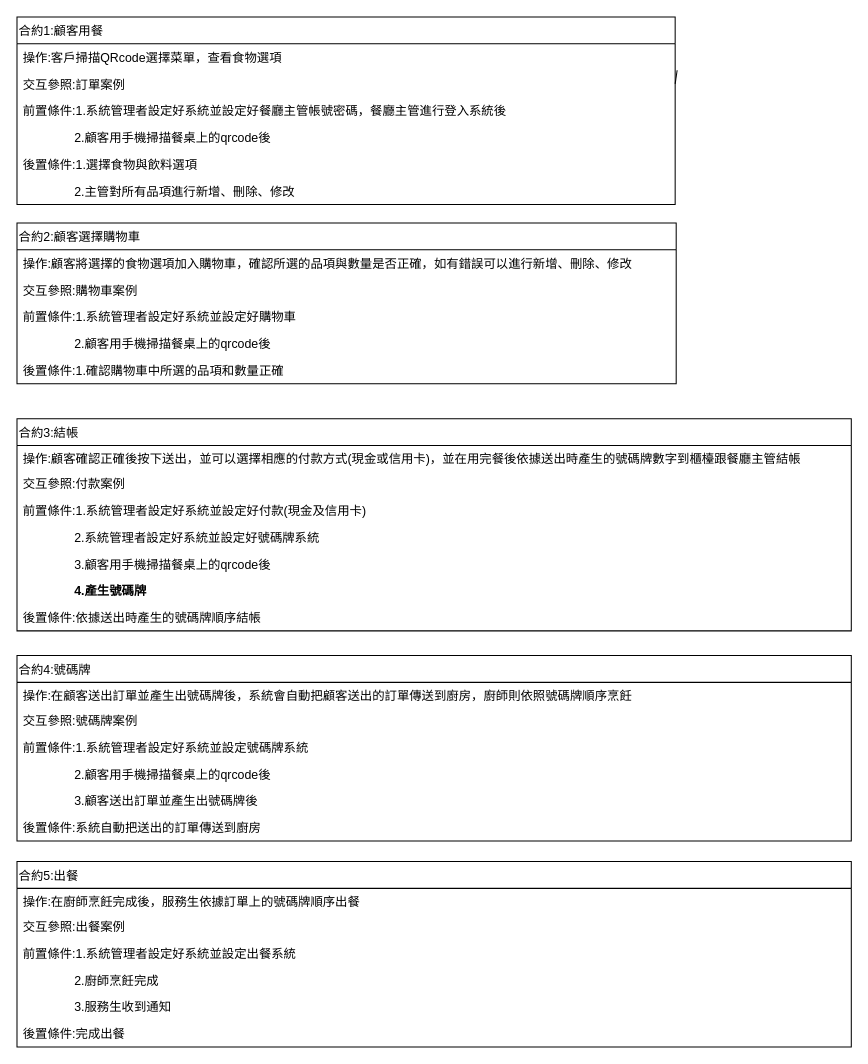
The draw.io diagram page "合約" (4 of 4) of answer.drawio in der0829/111-2End, before the edit. Source tidied: cells renumbered, new cells numbered last; positions are measured from the earlier drawing's top-left corner, leaving out a move shared by most shapes. Both pictures are drawn from the tidied source at 103%, with x=0, y=0 at pixel (16, 16).
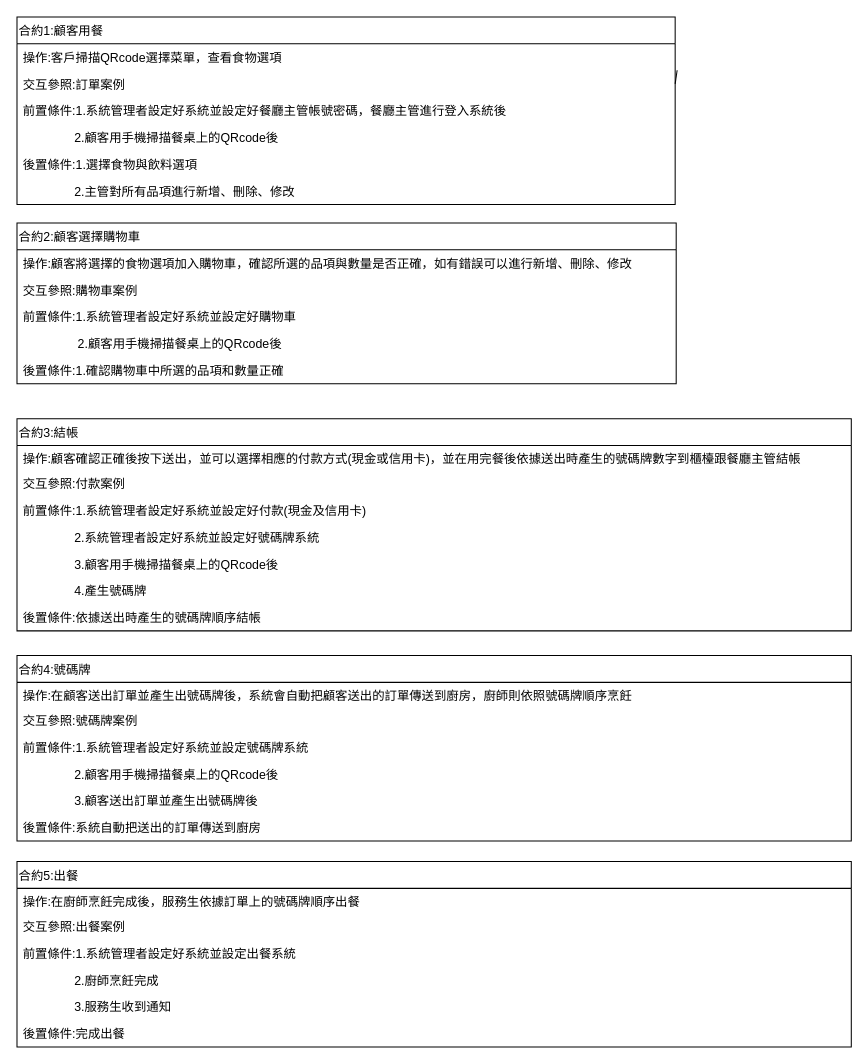
The same diagram, later.

The change refers to these unchanged cells:
```xml
<mxCell id="2" value="合約1:顧客用餐" style="swimlane;fontStyle=0;horizontal=1;startSize=26;fillColor=none;align=left;" parent="1" vertex="1">
  <mxGeometry width="639" height="182" as="geometry" />
</mxCell>
<mxCell id="10" value="合約2:顧客選擇購物車" style="swimlane;fontStyle=0;horizontal=1;startSize=26;fillColor=none;align=left;" parent="1" vertex="1">
  <mxGeometry y="200" width="640" height="156" as="geometry" />
</mxCell>
<mxCell id="16" value="合約3:結帳" style="swimlane;fontStyle=0;horizontal=1;startSize=26;fillColor=none;align=left;" parent="1" vertex="1">
  <mxGeometry y="390" width="810" height="206" as="geometry" />
</mxCell>
<mxCell id="24" value="合約4:號碼牌" style="swimlane;fontStyle=0;horizontal=1;startSize=26;fillColor=none;align=left;" parent="1" vertex="1">
  <mxGeometry y="620" width="810" height="180" as="geometry" />
</mxCell>
```

What changed in the source:
```diff
@@
-    <mxCell id="7" value="               2.顧客用手機掃描餐桌上的qrcode後" style="text;strokeColor=none;fillColor=none;align=left;verticalAlign=top;spacingLeft=4;spacingRight=4;overflow=hidden;" parent="2" vertex="1">
+    <mxCell id="7" value="               2.顧客用手機掃描餐桌上的QRcode後" style="text;strokeColor=none;fillColor=none;align=left;verticalAlign=top;spacingLeft=4;spacingRight=4;overflow=hidden;" parent="2" vertex="1">
       <mxGeometry y="104" width="639" height="26" as="geometry" />
     </mxCell>
@@
-    <mxCell id="14" value="               2.顧客用手機掃描餐桌上的qrcode後" style="text;strokeColor=none;fillColor=none;align=left;verticalAlign=top;spacingLeft=4;spacingRight=4;overflow=hidden;" parent="10" vertex="1">
+    <mxCell id="14" value="                2.顧客用手機掃描餐桌上的QRcode後" style="text;strokeColor=none;fillColor=none;align=left;verticalAlign=top;spacingLeft=4;spacingRight=4;overflow=hidden;" parent="10" vertex="1">
       <mxGeometry y="104" width="640" height="26" as="geometry" />
     </mxCell>
@@
-    <mxCell id="21" value="               3.顧客用手機掃描餐桌上的qrcode後" style="text;strokeColor=none;fillColor=none;align=left;verticalAlign=top;spacingLeft=4;spacingRight=4;overflow=hidden;" parent="16" vertex="1">
+    <mxCell id="21" value="               3.顧客用手機掃描餐桌上的QRcode後" style="text;strokeColor=none;fillColor=none;align=left;verticalAlign=top;spacingLeft=4;spacingRight=4;overflow=hidden;" parent="16" vertex="1">
       <mxGeometry y="128" width="810" height="26" as="geometry" />
     </mxCell>
-    <mxCell id="22" value="               4.產生號碼牌" style="text;strokeColor=none;fillColor=none;align=left;verticalAlign=top;spacingLeft=4;spacingRight=4;overflow=hidden;fontStyle=1;" parent="16" vertex="1">
+    <mxCell id="22" value="               4.產生號碼牌" style="text;strokeColor=none;fillColor=none;align=left;verticalAlign=top;spacingLeft=4;spacingRight=4;overflow=hidden;fontStyle=0;" parent="16" vertex="1">
       <mxGeometry y="154" width="810" height="26" as="geometry" />
     </mxCell>
@@
-    <mxCell id="28" value="               2.顧客用手機掃描餐桌上的qrcode後" style="text;strokeColor=none;fillColor=none;align=left;verticalAlign=top;spacingLeft=4;spacingRight=4;overflow=hidden;" parent="24" vertex="1">
+    <mxCell id="28" value="               2.顧客用手機掃描餐桌上的QRcode後" style="text;strokeColor=none;fillColor=none;align=left;verticalAlign=top;spacingLeft=4;spacingRight=4;overflow=hidden;" parent="24" vertex="1">
       <mxGeometry y="102" width="810" height="26" as="geometry" />
     </mxCell>
```
